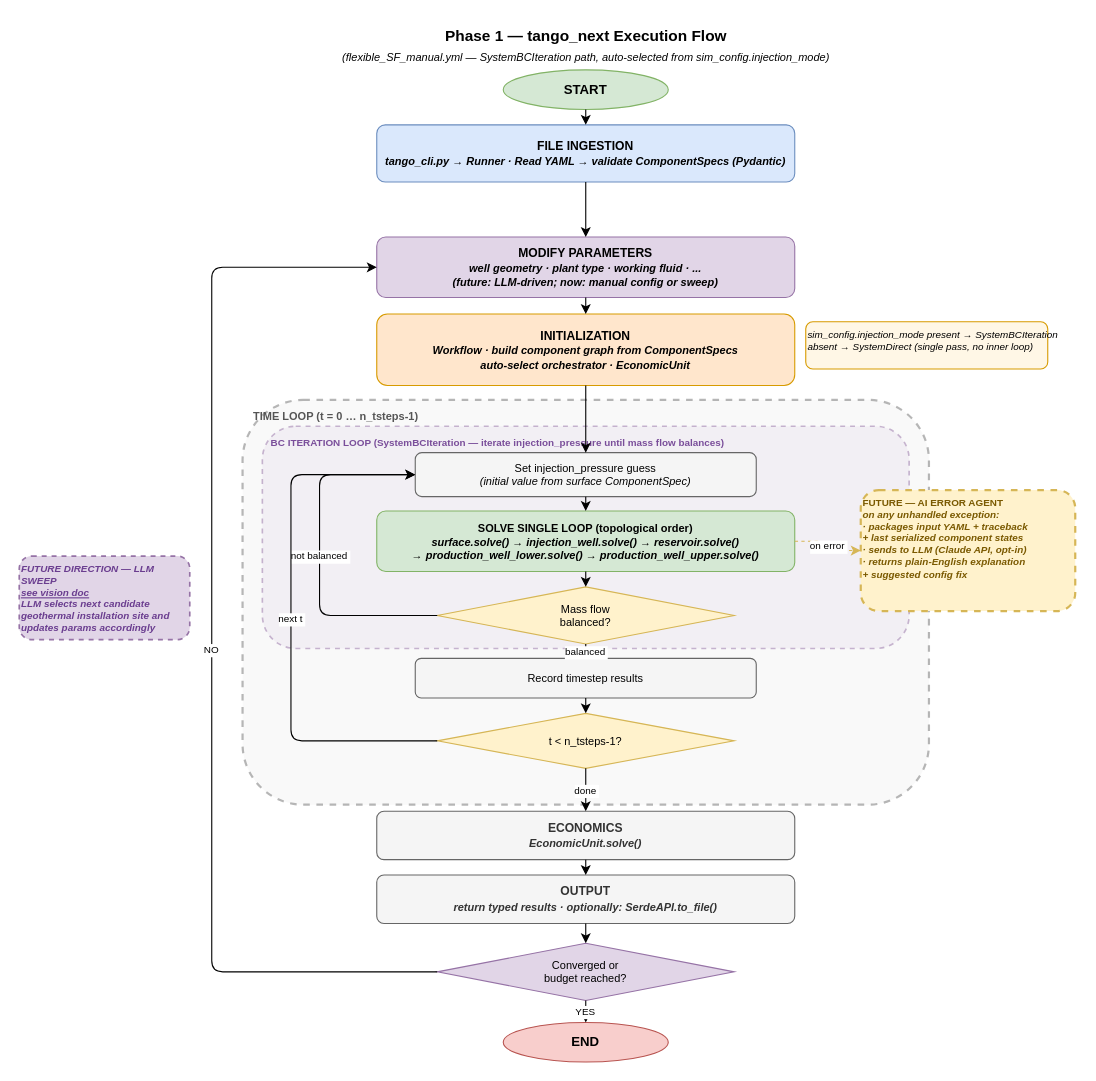
GEG-ETHZ/TANGO-core keeps this draw.io diagram as docs/diagrams/src/phase1_execution_flow.drawio. Above is the earlier version. Source tidied: cells renumbered, new cells numbered last; positions are measured from the earlier drawing's top-left corner, leaving out a move shared by most shapes. Both pictures are drawn from the tidied source at 110%, with x=0, y=0 at pixel (19, 19).
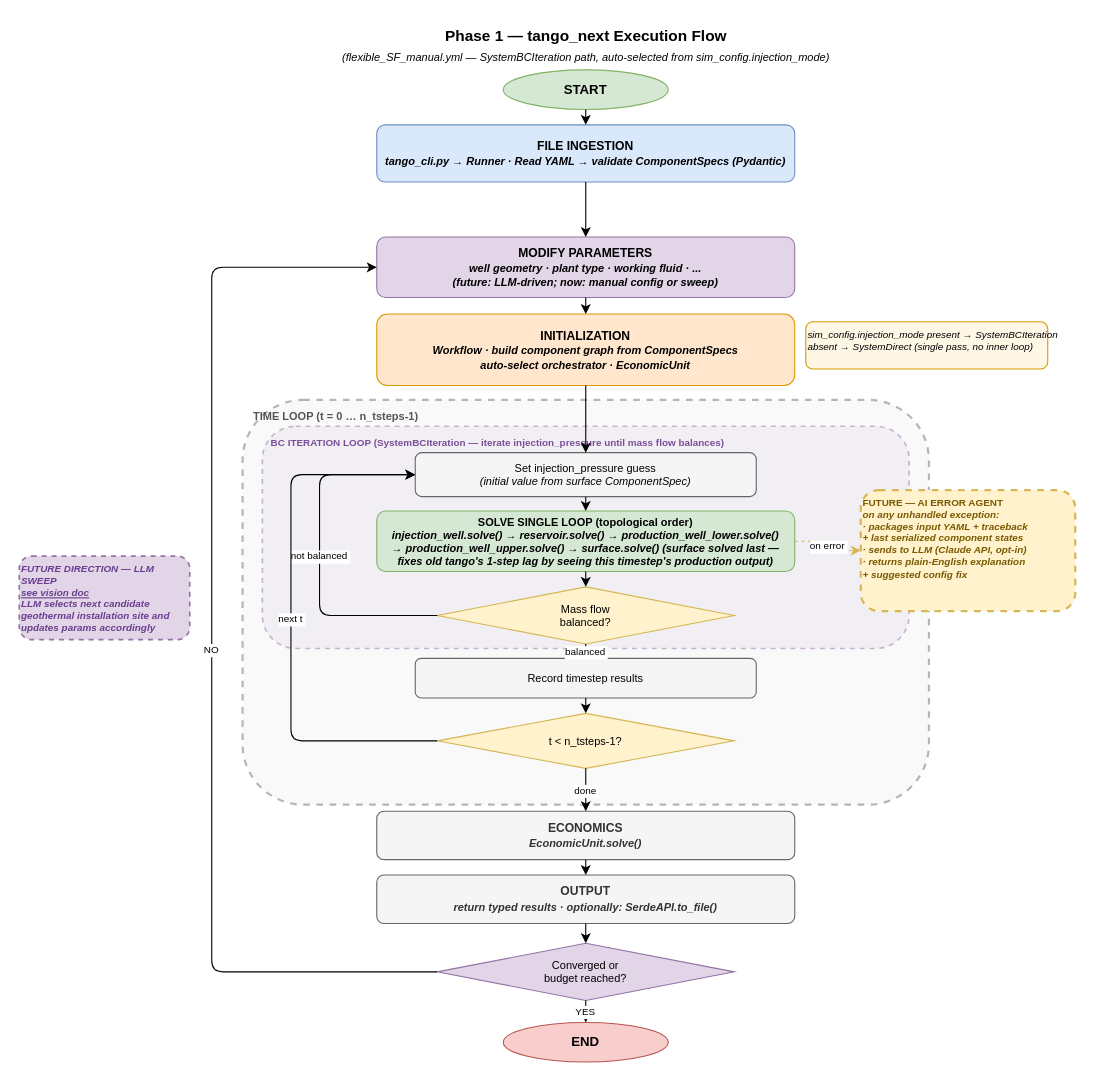
The same page after the edit.

Commit message (it also covers changes not shown here):
docs: reconcile vision doc and Phase 1 diagrams with current tango_next code

Diff of the diagram source:
```diff
@@
-    <mxCell id="14" value="SOLVE SINGLE LOOP (topological order)&lt;br&gt;&lt;font style=&quot;font-size: 10px;&quot;&gt;&lt;i&gt;surface.solve() → injection_well.solve() → reservoir.solve()&lt;br&gt;→ production_well_lower.solve() → production_well_upper.solve()&lt;/i&gt;&lt;/font&gt;" style="rounded=1;whiteSpace=wrap;html=1;fillColor=#d5e8d4;strokeColor=#82b366;fontSize=10;fontStyle=1;" parent="1" vertex="1">
+    <mxCell id="14" value="SOLVE SINGLE LOOP (topological order)&lt;br&gt;&lt;font style=&quot;font-size: 10px;&quot;&gt;&lt;i&gt;injection_well.solve() → reservoir.solve() → production_well_lower.solve()&lt;br&gt;→ production_well_upper.solve() → surface.solve()  (surface solved last —&lt;br&gt;fixes old tango's 1-step lag by seeing this timestep's production output)&lt;/i&gt;&lt;/font&gt;" style="rounded=1;whiteSpace=wrap;html=1;fillColor=#d5e8d4;strokeColor=#82b366;fontSize=10;fontStyle=1;" parent="1" vertex="1">
       <mxGeometry x="325" y="447" width="380" height="55" as="geometry" />
     </mxCell>
```
